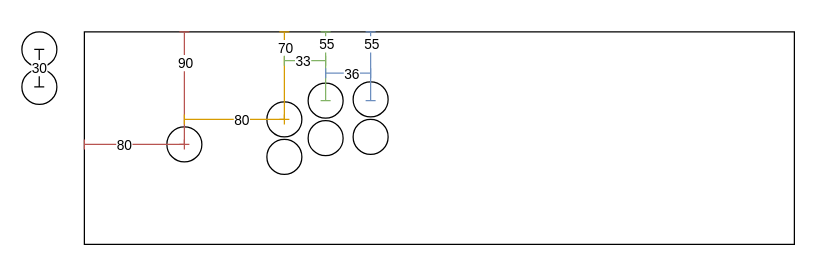
The draw.io diagram arcade.drawio in woutermation/woutermation, before the edit. Source tidied: cells renumbered, new cells numbered last; positions are measured from the earlier drawing's top-left corner, leaving out a move shared by most shapes. Both pictures are drawn from the tidied source at 125%, with x=0, y=0 at pixel (21, 31).
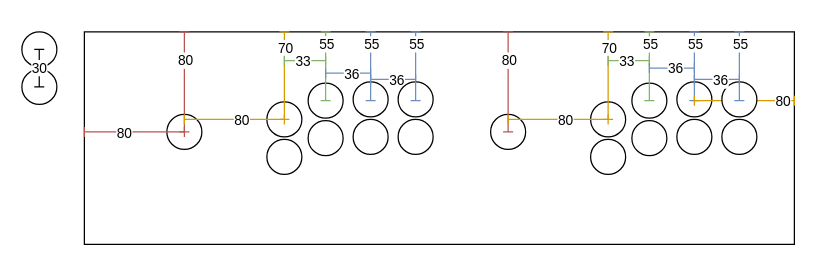
Above is the later version.

The edit, as a diff of the source:
```diff
@@
     <mxCell id="6" style="ellipse;whiteSpace=wrap;html=1;" parent="1" vertex="1">
-      <mxGeometry x="116" y="76" width="28" height="28" as="geometry" />
+      <mxGeometry x="116" y="66" width="28" height="28" as="geometry" />
     </mxCell>
     <mxCell id="7" style="endArrow=baseDash;html=1;rounded=0;endFill=0;startArrow=baseDash;startFill=0;fillColor=#f8cecc;strokeColor=#b85450;" parent="1" edge="1">
       <mxGeometry relative="1" as="geometry">
-        <mxPoint x="50" y="90" as="sourcePoint" />
-        <mxPoint x="130" y="90" as="targetPoint" />
+        <mxPoint x="50" y="80" as="sourcePoint" />
+        <mxPoint x="130" y="80" as="targetPoint" />
       </mxGeometry>
     </mxCell>
@@
     <mxCell id="9" style="endArrow=baseDash;html=1;rounded=0;endFill=0;startArrow=baseDash;startFill=0;fillColor=#f8cecc;strokeColor=#b85450;" parent="1" edge="1">
       <mxGeometry relative="1" as="geometry">
         <mxPoint x="130" as="sourcePoint" />
-        <mxPoint x="130" y="90" as="targetPoint" />
+        <mxPoint x="130" y="80" as="targetPoint" />
       </mxGeometry>
     </mxCell>
-    <mxCell id="10" value="90" style="edgeLabel;html=1;align=center;verticalAlign=middle;" parent="9" vertex="1">
+    <mxCell id="10" value="80" style="edgeLabel;html=1;align=center;verticalAlign=middle;" parent="9" vertex="1">
       <mxGeometry x="-0.46" relative="1" as="geometry" />
     </mxCell>
@@
+    <mxCell id="33" style="endArrow=baseDash;html=1;rounded=0;fillColor=#dae8fc;strokeColor=#6c8ebf;startArrow=baseDash;startFill=0;endFill=0;" parent="1" edge="1">
+      <mxGeometry relative="1" as="geometry">
+        <mxPoint x="279" y="38" as="sourcePoint" />
+        <mxPoint x="315" y="38" as="targetPoint" />
+      </mxGeometry>
+    </mxCell>
+    <mxCell id="34" value="36" style="edgeLabel;html=1;align=center;verticalAlign=middle;" parent="33" vertex="1">
+      <mxGeometry x="0.13" relative="1" as="geometry" />
+    </mxCell>
+    <mxCell id="35" style="group;" parent="1" vertex="1">
+      <mxGeometry x="301" y="40" width="28" height="58" as="geometry" />
+    </mxCell>
+    <mxCell id="36" style="ellipse;whiteSpace=wrap;html=1;" parent="35" vertex="1">
+      <mxGeometry width="28" height="28" as="geometry" />
+    </mxCell>
+    <mxCell id="37" style="ellipse;whiteSpace=wrap;html=1;" parent="35" vertex="1">
+      <mxGeometry y="30" width="28" height="28" as="geometry" />
+    </mxCell>
+    <mxCell id="38" style="endArrow=baseDash;html=1;rounded=0;fillColor=#dae8fc;strokeColor=#6c8ebf;startArrow=baseDash;startFill=0;endFill=0;" parent="1" edge="1">
+      <mxGeometry relative="1" as="geometry">
+        <mxPoint x="315" as="sourcePoint" />
+        <mxPoint x="315" y="55" as="targetPoint" />
+      </mxGeometry>
+    </mxCell>
+    <mxCell id="39" value="55" style="edgeLabel;html=1;align=center;verticalAlign=middle;" parent="38" vertex="1">
+      <mxGeometry x="-0.66" relative="1" as="geometry" />
+    </mxCell>
+    <mxCell id="40" style="group;" parent="1" vertex="1">
+      <mxGeometry x="524" y="40" width="28" height="58" as="geometry" />
+    </mxCell>
+    <mxCell id="41" style="ellipse;whiteSpace=wrap;html=1;" parent="40" vertex="1">
+      <mxGeometry width="28" height="28" as="geometry" />
+    </mxCell>
+    <mxCell id="42" style="ellipse;whiteSpace=wrap;html=1;" parent="40" vertex="1">
+      <mxGeometry y="30" width="28" height="28" as="geometry" />
+    </mxCell>
+    <mxCell id="43" style="endArrow=baseDash;html=1;rounded=0;fillColor=#dae8fc;strokeColor=#6c8ebf;startArrow=baseDash;startFill=0;endFill=0;" parent="1" edge="1">
+      <mxGeometry relative="1" as="geometry">
+        <mxPoint x="538" as="sourcePoint" />
+        <mxPoint x="538" y="55" as="targetPoint" />
+      </mxGeometry>
+    </mxCell>
+    <mxCell id="44" value="55" style="edgeLabel;html=1;align=center;verticalAlign=middle;" parent="43" vertex="1">
+      <mxGeometry x="-0.66" relative="1" as="geometry" />
+    </mxCell>
+    <mxCell id="45" style="endArrow=baseDash;html=1;rounded=0;fillColor=#ffe6cc;strokeColor=#d79b00;startArrow=baseDash;startFill=0;endFill=0;" parent="1" edge="1">
+      <mxGeometry relative="1" as="geometry">
+        <mxPoint x="538" y="55" as="sourcePoint" />
+        <mxPoint x="618" y="55" as="targetPoint" />
+      </mxGeometry>
+    </mxCell>
+    <mxCell id="46" value="80" style="edgeLabel;html=1;align=center;verticalAlign=middle;" parent="45" vertex="1">
+      <mxGeometry x="0.13" relative="1" as="geometry">
+        <mxPoint x="25" as="offset" />
+      </mxGeometry>
+    </mxCell>
+    <mxCell id="47" style="group;" parent="1" vertex="1">
+      <mxGeometry x="560" y="40" width="28" height="58" as="geometry" />
+    </mxCell>
+    <mxCell id="48" style="ellipse;whiteSpace=wrap;html=1;" parent="47" vertex="1">
+      <mxGeometry width="28" height="28" as="geometry" />
+    </mxCell>
+    <mxCell id="49" style="ellipse;whiteSpace=wrap;html=1;" parent="47" vertex="1">
+      <mxGeometry y="30" width="28" height="28" as="geometry" />
+    </mxCell>
+    <mxCell id="50" style="endArrow=baseDash;html=1;rounded=0;fillColor=#dae8fc;strokeColor=#6c8ebf;startArrow=baseDash;startFill=0;endFill=0;" parent="1" edge="1">
+      <mxGeometry relative="1" as="geometry">
+        <mxPoint x="538" y="38" as="sourcePoint" />
+        <mxPoint x="574" y="38" as="targetPoint" />
+      </mxGeometry>
+    </mxCell>
+    <mxCell id="51" value="36" style="edgeLabel;html=1;align=center;verticalAlign=middle;" parent="50" vertex="1">
+      <mxGeometry x="0.13" relative="1" as="geometry" />
+    </mxCell>
+    <mxCell id="52" style="endArrow=baseDash;html=1;rounded=0;fillColor=#dae8fc;strokeColor=#6c8ebf;startArrow=baseDash;startFill=0;endFill=0;" parent="1" edge="1">
+      <mxGeometry relative="1" as="geometry">
+        <mxPoint x="574" as="sourcePoint" />
+        <mxPoint x="574" y="55" as="targetPoint" />
+      </mxGeometry>
+    </mxCell>
+    <mxCell id="53" value="55" style="edgeLabel;html=1;align=center;verticalAlign=middle;" parent="52" vertex="1">
+      <mxGeometry x="-0.66" relative="1" as="geometry" />
+    </mxCell>
+    <mxCell id="54" style="group;" parent="1" vertex="1">
+      <mxGeometry x="488" y="41" width="28" height="58" as="geometry" />
+    </mxCell>
+    <mxCell id="55" style="ellipse;whiteSpace=wrap;html=1;" parent="54" vertex="1">
+      <mxGeometry width="28" height="28" as="geometry" />
+    </mxCell>
+    <mxCell id="56" style="ellipse;whiteSpace=wrap;html=1;" parent="54" vertex="1">
+      <mxGeometry y="30" width="28" height="28" as="geometry" />
+    </mxCell>
+    <mxCell id="57" style="ellipse;whiteSpace=wrap;html=1;" parent="1" vertex="1">
+      <mxGeometry x="375" y="66" width="28" height="28" as="geometry" />
+    </mxCell>
+    <mxCell id="58" style="endArrow=baseDash;html=1;rounded=0;endFill=0;startArrow=baseDash;startFill=0;fillColor=#f8cecc;strokeColor=#b85450;" parent="1" edge="1">
+      <mxGeometry relative="1" as="geometry">
+        <mxPoint x="389" as="sourcePoint" />
+        <mxPoint x="389" y="80" as="targetPoint" />
+      </mxGeometry>
+    </mxCell>
+    <mxCell id="59" value="80" style="edgeLabel;html=1;align=center;verticalAlign=middle;" parent="58" vertex="1">
+      <mxGeometry x="-0.46" relative="1" as="geometry" />
+    </mxCell>
+    <mxCell id="60" style="ellipse;whiteSpace=wrap;html=1;" parent="1" vertex="1">
+      <mxGeometry x="455" y="56" width="28" height="28" as="geometry" />
+    </mxCell>
+    <mxCell id="61" style="ellipse;whiteSpace=wrap;html=1;" parent="1" vertex="1">
+      <mxGeometry x="455" y="86" width="28" height="28" as="geometry" />
+    </mxCell>
+    <mxCell id="62" style="endArrow=baseDash;html=1;rounded=0;fillColor=#ffe6cc;strokeColor=#d79b00;startArrow=baseDash;startFill=0;endFill=0;" parent="1" edge="1">
+      <mxGeometry relative="1" as="geometry">
+        <mxPoint x="469" as="sourcePoint" />
+        <mxPoint x="469" y="70" as="targetPoint" />
+      </mxGeometry>
+    </mxCell>
+    <mxCell id="63" value="70" style="edgeLabel;html=1;align=center;verticalAlign=middle;" parent="62" vertex="1">
+      <mxGeometry x="-0.66" relative="1" as="geometry" />
+    </mxCell>
+    <mxCell id="64" style="endArrow=baseDash;html=1;rounded=0;fillColor=#ffe6cc;strokeColor=#d79b00;startArrow=baseDash;startFill=0;endFill=0;" parent="1" edge="1">
+      <mxGeometry relative="1" as="geometry">
+        <mxPoint x="389" y="70" as="sourcePoint" />
+        <mxPoint x="469" y="70" as="targetPoint" />
+      </mxGeometry>
+    </mxCell>
+    <mxCell id="65" value="80" style="edgeLabel;html=1;align=center;verticalAlign=middle;" parent="64" vertex="1">
+      <mxGeometry x="0.13" relative="1" as="geometry" />
+    </mxCell>
+    <mxCell id="66" style="endArrow=baseDash;html=1;rounded=0;fillColor=#d5e8d4;strokeColor=#82b366;startArrow=baseDash;startFill=0;endFill=0;" parent="1" edge="1">
+      <mxGeometry relative="1" as="geometry">
+        <mxPoint x="469" y="23" as="sourcePoint" />
+        <mxPoint x="502" y="23" as="targetPoint" />
+      </mxGeometry>
+    </mxCell>
+    <mxCell id="67" value="33" style="edgeLabel;html=1;align=center;verticalAlign=middle;" parent="66" vertex="1">
+      <mxGeometry x="0.13" relative="1" as="geometry">
+        <mxPoint x="-5" as="offset" />
+      </mxGeometry>
+    </mxCell>
+    <mxCell id="68" style="endArrow=baseDash;html=1;rounded=0;fillColor=#d5e8d4;strokeColor=#82b366;startArrow=baseDash;startFill=0;endFill=0;" parent="1" edge="1">
+      <mxGeometry relative="1" as="geometry">
+        <mxPoint x="502" as="sourcePoint" />
+        <mxPoint x="502" y="55" as="targetPoint" />
+      </mxGeometry>
+    </mxCell>
+    <mxCell id="69" value="55" style="edgeLabel;html=1;align=center;verticalAlign=middle;" parent="68" vertex="1">
+      <mxGeometry x="-0.66" relative="1" as="geometry" />
+    </mxCell>
+    <mxCell id="70" style="endArrow=baseDash;html=1;rounded=0;fillColor=#dae8fc;strokeColor=#6c8ebf;startArrow=baseDash;startFill=0;endFill=0;" parent="1" edge="1">
+      <mxGeometry relative="1" as="geometry">
+        <mxPoint x="502" y="28.9" as="sourcePoint" />
+        <mxPoint x="538" y="28.9" as="targetPoint" />
+      </mxGeometry>
+    </mxCell>
+    <mxCell id="71" value="36" style="edgeLabel;html=1;align=center;verticalAlign=middle;" parent="70" vertex="1">
+      <mxGeometry x="0.13" relative="1" as="geometry" />
+    </mxCell>
```
